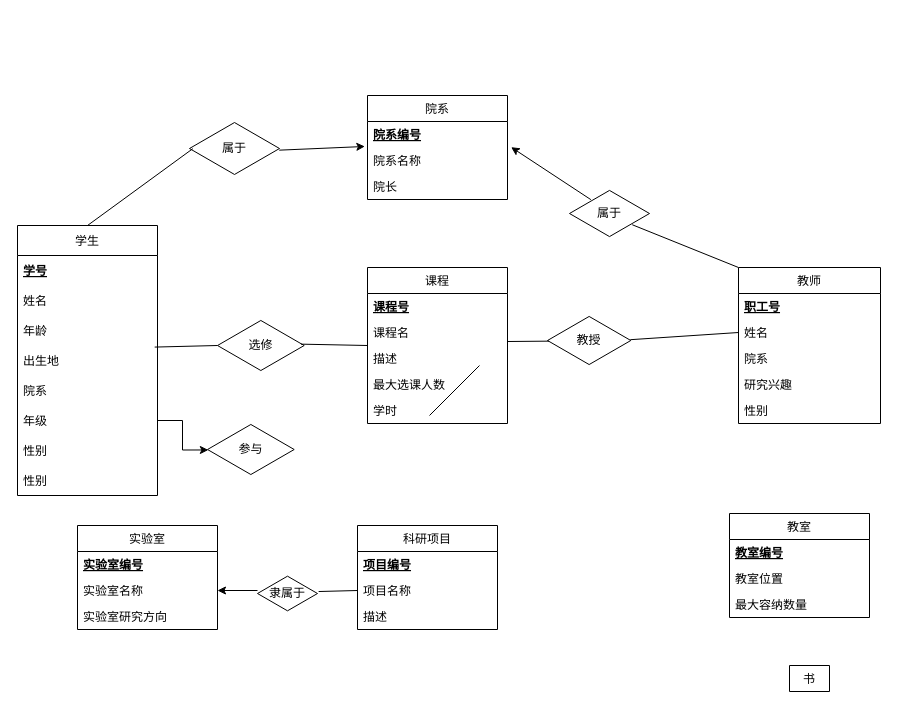
Before: page "Page-1" (1 of 2) of Untitled Diagram.drawio in hzy312/2021-B, a draw.io diagram. Source tidied: cells renumbered, new cells numbered last; positions are measured from the earlier drawing's top-left corner, leaving out a move shared by most shapes. Both pictures are drawn from the tidied source at 100%, with x=0, y=0 at pixel (17, 95).
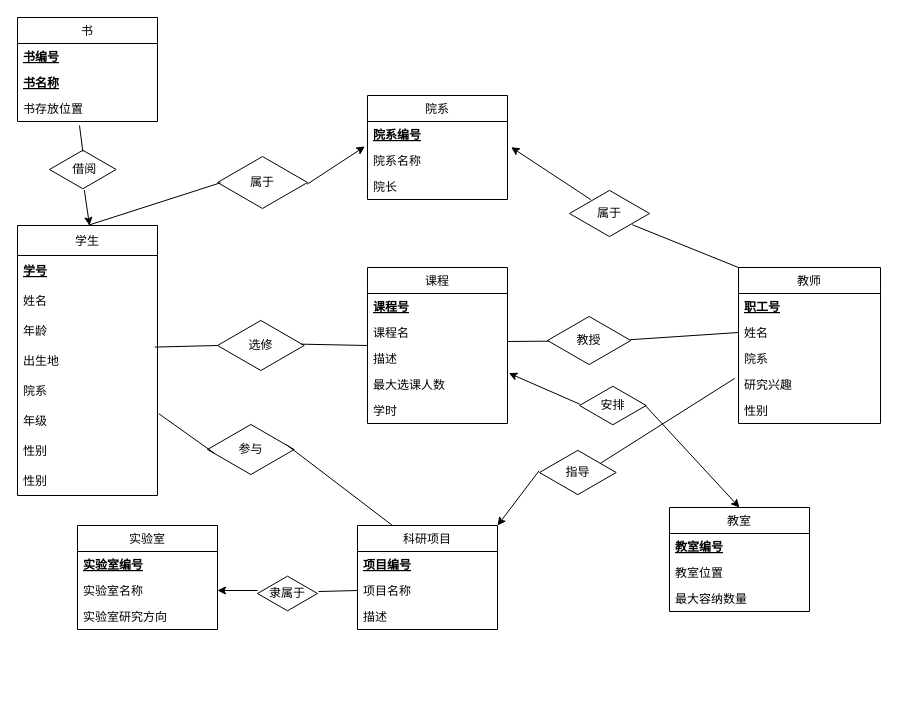
The same page after the edit.

The change refers to these unchanged cells:
```xml
<mxCell id="8" value="年级" style="text;strokeColor=none;fillColor=none;align=left;verticalAlign=middle;spacingLeft=4;spacingRight=4;overflow=hidden;points=[[0,0.5],[1,0.5]];portConstraint=eastwest;fontFamily=Helvetica;" parent="2" vertex="1">
  <mxGeometry y="180" width="140" height="30" as="geometry" />
</mxCell>
<mxCell id="15" value="研究兴趣" style="text;strokeColor=none;fillColor=none;align=left;verticalAlign=top;spacingLeft=4;spacingRight=4;overflow=hidden;points=[[0,0.5],[1,0.5]];portConstraint=eastwest;fontFamily=Helvetica;" parent="11" vertex="1">
  <mxGeometry y="104" width="142" height="26" as="geometry" />
</mxCell>
<mxCell id="21" value="最大选课人数" style="text;strokeColor=none;fillColor=none;align=left;verticalAlign=top;spacingLeft=4;spacingRight=4;overflow=hidden;points=[[0,0.5],[1,0.5]];portConstraint=eastwest;fontFamily=Helvetica;" parent="17" vertex="1">
  <mxGeometry y="104" width="140" height="26" as="geometry" />
</mxCell>
<mxCell id="23" value="科研项目" style="swimlane;fontStyle=0;horizontal=1;startSize=26;fillColor=none;fontFamily=Helvetica;" parent="1" vertex="1">
  <mxGeometry x="340" y="430" width="140" height="104" as="geometry" />
</mxCell>
<mxCell id="55" value="参与" style="html=1;whiteSpace=wrap;shape=isoRectangle;fontFamily=Helvetica;" parent="1" vertex="1">
  <mxGeometry x="190" y="328" width="86.7" height="52" as="geometry" />
</mxCell>
```

Change to the diagram source:
```diff
@@
     <mxCell id="35" value="教室" style="swimlane;fontStyle=0;horizontal=1;startSize=26;fillColor=none;fontFamily=Helvetica;" parent="1" vertex="1">
-      <mxGeometry x="712" y="418" width="140" height="104" as="geometry" />
+      <mxGeometry x="652" y="412" width="140" height="104" as="geometry" />
     </mxCell>
@@
-    <mxCell id="39" value="书" style="swimlane;fontStyle=0;horizontal=1;startSize=26;fillColor=none;fontFamily=Helvetica;" parent="1" vertex="1" collapsed="1">
-      <mxGeometry x="772" y="570" width="40" height="26" as="geometry" />
+    <mxCell id="39" value="书" style="swimlane;fontStyle=0;horizontal=1;startSize=26;fillColor=none;fontFamily=Helvetica;" parent="1" vertex="1">
+      <mxGeometry y="-78" width="140" height="104" as="geometry" />
     </mxCell>
+    <mxCell id="58" value="书编号" style="text;strokeColor=none;fillColor=none;align=left;verticalAlign=top;spacingLeft=4;spacingRight=4;overflow=hidden;fontFamily=Helvetica;fontStyle=5;" parent="39" vertex="1">
+      <mxGeometry y="26" width="140" height="26" as="geometry" />
+    </mxCell>
+    <mxCell id="59" value="书名称" style="text;strokeColor=none;fillColor=none;align=left;verticalAlign=top;spacingLeft=4;spacingRight=4;overflow=hidden;fontFamily=Helvetica;fontStyle=5;" parent="39" vertex="1">
+      <mxGeometry y="52" width="140" height="26" as="geometry" />
+    </mxCell>
+    <mxCell id="60" value="书存放位置" style="text;strokeColor=none;fillColor=none;align=left;verticalAlign=top;spacingLeft=4;spacingRight=4;overflow=hidden;fontFamily=Helvetica;" parent="39" vertex="1">
+      <mxGeometry y="78" width="140" height="26" as="geometry" />
+    </mxCell>
@@
     <mxCell id="49" value="属于" style="html=1;whiteSpace=wrap;shape=isoRectangle;fontFamily=Helvetica;" parent="1" vertex="1">
-      <mxGeometry x="172" y="26" width="90" height="54" as="geometry" />
+      <mxGeometry x="200" y="60" width="90" height="54" as="geometry" />
     </mxCell>
@@
-    <mxCell id="56" style="endArrow=none;html=1;rounded=0;fontFamily=Helvetica;" parent="1" edge="1">
-      <mxGeometry relative="1" as="geometry">
-        <mxPoint x="412" y="320" as="sourcePoint" />
-        <mxPoint x="462" y="270" as="targetPoint" />
-      </mxGeometry>
+    <mxCell id="56" style="endArrow=none;html=1;rounded=0;fontFamily=Helvetica;exitX=1.01;exitY=0.276;exitDx=0;exitDy=0;exitPerimeter=0;entryX=0.086;entryY=0.58;entryDx=0;entryDy=0;entryPerimeter=0;" parent="1" edge="1" source="8" target="55">
+      <mxGeometry relative="1" as="geometry" />
     </mxCell>
-    <mxCell id="57" style="edgeStyle=orthogonalEdgeStyle;rounded=0;jettySize=auto;html=1;exitX=1;exitY=0.5;exitDx=0;exitDy=0;entryX=0.01;entryY=0.509;entryDx=0;entryDy=0;entryPerimeter=0;fontFamily=Helvetica;verticalAlign=middle;" parent="1" edge="1" source="8" target="55">
-      <mxGeometry relative="1" as="geometry" />
-    </mxCell>
+    <mxCell id="61" style="endArrow=none;html=1;rounded=0;fontFamily=Helvetica;entryX=0.913;entryY=0.41;entryDx=0;entryDy=0;entryPerimeter=0;exitX=0.25;exitY=0;exitDx=0;exitDy=0;" parent="1" edge="1" source="23" target="55">
+      <mxGeometry relative="1" as="geometry" />
+    </mxCell>
+    <mxCell id="62" value="指导" style="html=1;whiteSpace=wrap;shape=isoRectangle;fontFamily=Helvetica;" parent="1" vertex="1">
+      <mxGeometry x="522" y="354" width="76.7" height="46" as="geometry" />
+    </mxCell>
+    <mxCell id="63" style="endArrow=none;html=1;rounded=0;fontFamily=Helvetica;entryX=-0.026;entryY=0.263;entryDx=0;entryDy=0;entryPerimeter=0;exitX=0.795;exitY=0.299;exitDx=0;exitDy=0;exitPerimeter=0;" parent="1" edge="1" source="62" target="15">
+      <mxGeometry relative="1" as="geometry" />
+    </mxCell>
+    <mxCell id="64" style="endArrow=classic;html=1;rounded=0;fontFamily=Helvetica;exitX=-0.004;exitY=0.46;exitDx=0;exitDy=0;exitPerimeter=0;entryX=1;entryY=0;entryDx=0;entryDy=0;" parent="1" edge="1" source="62" target="23">
+      <mxGeometry relative="1" as="geometry" />
+    </mxCell>
+    <mxCell id="65" value="安排" style="html=1;whiteSpace=wrap;shape=isoRectangle;fontFamily=Helvetica;" parent="1" vertex="1">
+      <mxGeometry x="562" y="290" width="66.7" height="40" as="geometry" />
+    </mxCell>
+    <mxCell id="66" style="endArrow=classic;html=1;rounded=0;fontFamily=Helvetica;exitX=0.004;exitY=0.467;exitDx=0;exitDy=0;exitPerimeter=0;entryX=1.01;entryY=0.064;entryDx=0;entryDy=0;entryPerimeter=0;" parent="1" edge="1" source="65" target="21">
+      <mxGeometry relative="1" as="geometry" />
+    </mxCell>
+    <mxCell id="67" style="endArrow=classic;html=1;rounded=0;fontFamily=Helvetica;exitX=0.968;exitY=0.467;exitDx=0;exitDy=0;exitPerimeter=0;entryX=0.5;entryY=0;entryDx=0;entryDy=0;" parent="1" edge="1" source="65" target="35">
+      <mxGeometry relative="1" as="geometry" />
+    </mxCell>
+    <mxCell id="68" value="&amp;nbsp;借阅" style="html=1;whiteSpace=wrap;shape=isoRectangle;fontFamily=Helvetica;" parent="1" vertex="1">
+      <mxGeometry x="32" y="54" width="66.7" height="40" as="geometry" />
+    </mxCell>
+    <mxCell id="69" style="endArrow=none;html=1;rounded=0;fontFamily=Helvetica;exitX=0.5;exitY=0.053;exitDx=0;exitDy=0;exitPerimeter=0;" parent="1" edge="1" source="68">
+      <mxGeometry relative="1" as="geometry">
+        <mxPoint x="62" y="30" as="targetPoint" />
+      </mxGeometry>
+    </mxCell>
+    <mxCell id="70" style="endArrow=classic;html=1;rounded=0;fontFamily=Helvetica;exitX=0.522;exitY=1.013;exitDx=0;exitDy=0;exitPerimeter=0;" parent="1" edge="1" source="68">
+      <mxGeometry relative="1" as="geometry">
+        <mxPoint x="72" y="130" as="targetPoint" />
+      </mxGeometry>
+    </mxCell>
```
